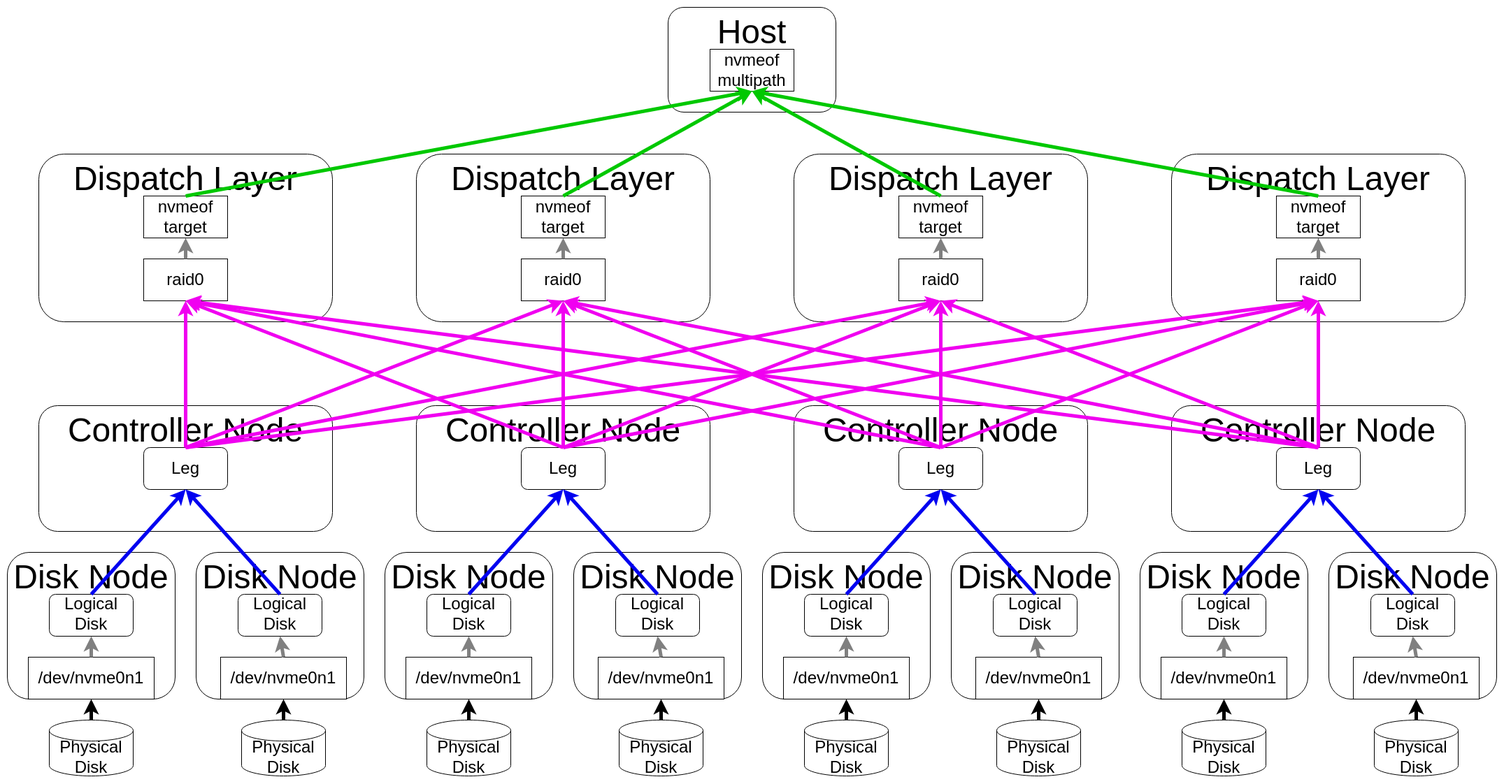
Before: doc/img/050ThreeLayers.png, a diagram exported from draw.io (distributed-nvme/distributed-nvme). Source tidied: cells renumbered, new cells last; positions are measured from the earlier drawing's top-left corner, leaving out a move shared by most shapes.
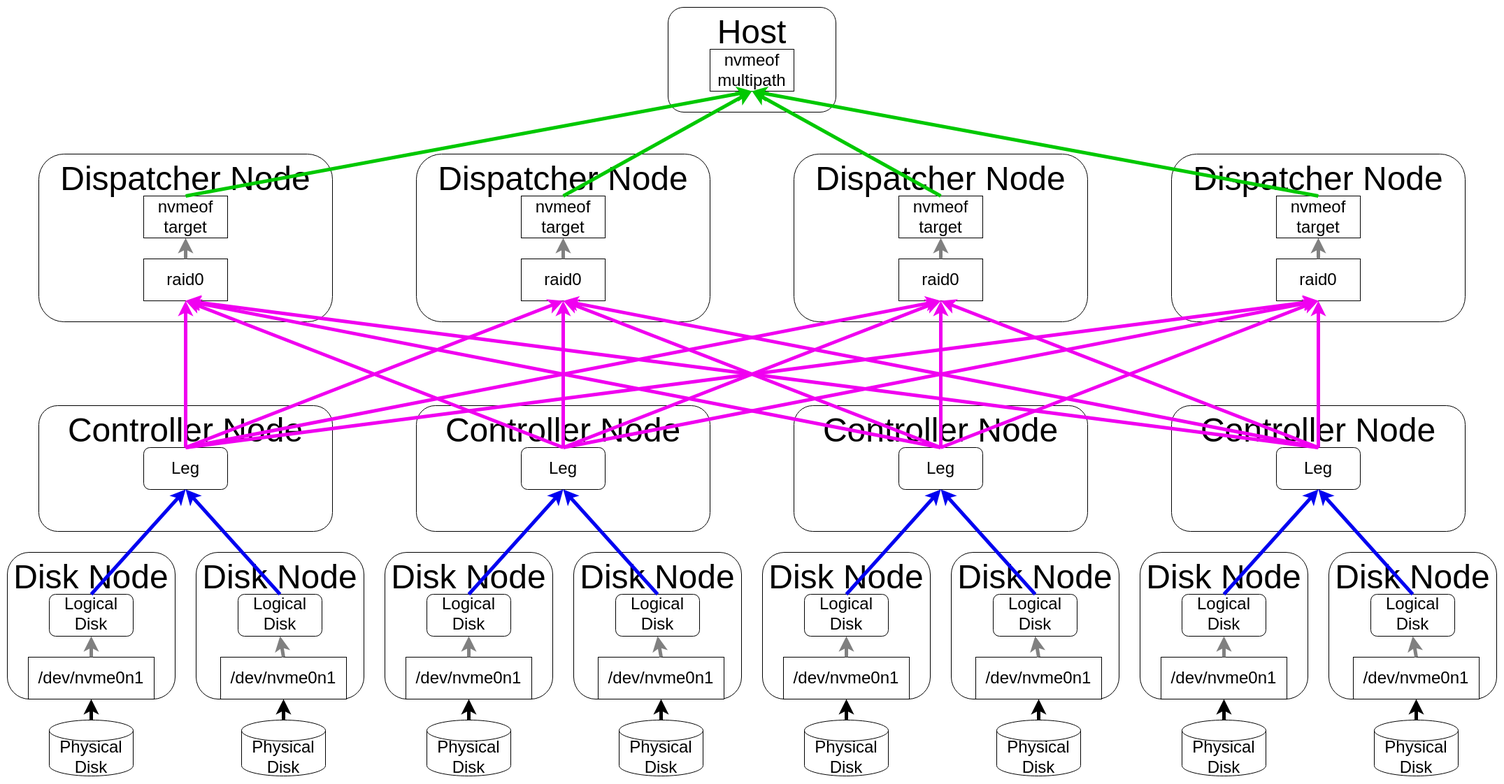
Later version of the same file.

The edit, as a diff of the source:
```diff
@@ -2,7 +2,7 @@
   <root>
     <mxCell id="0" />
     <mxCell id="1" parent="0" />
-    <mxCell id="2" value="&lt;span style=&quot;font-size: 48px;&quot;&gt;Dispatch Layer&lt;/span&gt;" style="rounded=1;whiteSpace=wrap;html=1;verticalAlign=top;" parent="1" vertex="1">
+    <mxCell id="2" value="&lt;span style=&quot;font-size: 48px;&quot;&gt;Dispatcher Node&lt;/span&gt;" style="rounded=1;whiteSpace=wrap;html=1;verticalAlign=top;" parent="1" vertex="1">
       <mxGeometry x="45" y="210" width="420" height="240" as="geometry" />
     </mxCell>
     <mxCell id="3" value="&lt;font style=&quot;font-size: 48px;&quot;&gt;Controller Node&lt;/font&gt;" style="rounded=1;whiteSpace=wrap;html=1;verticalAlign=top;" parent="1" vertex="1">
@@ -257,7 +257,7 @@
     <mxCell id="78" value="&lt;span style=&quot;font-size: 24px;&quot;&gt;nvmeof&lt;br&gt;target&lt;br&gt;&lt;/span&gt;" style="rounded=0;whiteSpace=wrap;html=1;verticalAlign=middle;" parent="1" vertex="1">
       <mxGeometry x="195" y="270" width="120" height="60" as="geometry" />
     </mxCell>
-    <mxCell id="79" value="&lt;span style=&quot;font-size: 48px;&quot;&gt;Dispatch Layer&lt;/span&gt;" style="rounded=1;whiteSpace=wrap;html=1;verticalAlign=top;" parent="1" vertex="1">
+    <mxCell id="79" value="&lt;span style=&quot;font-size: 48px;&quot;&gt;Dispatcher Node&lt;/span&gt;" style="rounded=1;whiteSpace=wrap;html=1;verticalAlign=top;" parent="1" vertex="1">
       <mxGeometry x="585" y="210" width="420" height="240" as="geometry" />
     </mxCell>
     <mxCell id="80" value="&lt;span style=&quot;font-size: 24px;&quot;&gt;raid0&lt;/span&gt;" style="rounded=0;whiteSpace=wrap;html=1;verticalAlign=middle;" parent="1" vertex="1">
@@ -266,7 +266,7 @@
     <mxCell id="81" value="&lt;span style=&quot;font-size: 24px;&quot;&gt;nvmeof&lt;br&gt;target&lt;br&gt;&lt;/span&gt;" style="rounded=0;whiteSpace=wrap;html=1;verticalAlign=middle;" parent="1" vertex="1">
       <mxGeometry x="735" y="270" width="120" height="60" as="geometry" />
     </mxCell>
-    <mxCell id="82" value="&lt;span style=&quot;font-size: 48px;&quot;&gt;Dispatch Layer&lt;/span&gt;" style="rounded=1;whiteSpace=wrap;html=1;verticalAlign=top;" parent="1" vertex="1">
+    <mxCell id="82" value="&lt;span style=&quot;font-size: 48px;&quot;&gt;Dispatcher Node&lt;/span&gt;" style="rounded=1;whiteSpace=wrap;html=1;verticalAlign=top;" parent="1" vertex="1">
       <mxGeometry x="1125" y="210" width="420" height="240" as="geometry" />
     </mxCell>
     <mxCell id="83" value="&lt;span style=&quot;font-size: 24px;&quot;&gt;raid0&lt;/span&gt;" style="rounded=0;whiteSpace=wrap;html=1;verticalAlign=middle;" parent="1" vertex="1">
@@ -275,7 +275,7 @@
     <mxCell id="84" value="&lt;span style=&quot;font-size: 24px;&quot;&gt;nvmeof&lt;br&gt;target&lt;br&gt;&lt;/span&gt;" style="rounded=0;whiteSpace=wrap;html=1;verticalAlign=middle;" parent="1" vertex="1">
       <mxGeometry x="1275" y="270" width="120" height="60" as="geometry" />
     </mxCell>
-    <mxCell id="85" value="&lt;span style=&quot;font-size: 48px;&quot;&gt;Dispatch Layer&lt;/span&gt;" style="rounded=1;whiteSpace=wrap;html=1;verticalAlign=top;" parent="1" vertex="1">
+    <mxCell id="85" value="&lt;span style=&quot;font-size: 48px;&quot;&gt;Dispatcher Node&lt;/span&gt;" style="rounded=1;whiteSpace=wrap;html=1;verticalAlign=top;" parent="1" vertex="1">
       <mxGeometry x="1665" y="210" width="420" height="240" as="geometry" />
     </mxCell>
     <mxCell id="86" value="&lt;span style=&quot;font-size: 24px;&quot;&gt;raid0&lt;/span&gt;" style="rounded=0;whiteSpace=wrap;html=1;verticalAlign=middle;" parent="1" vertex="1">
```
